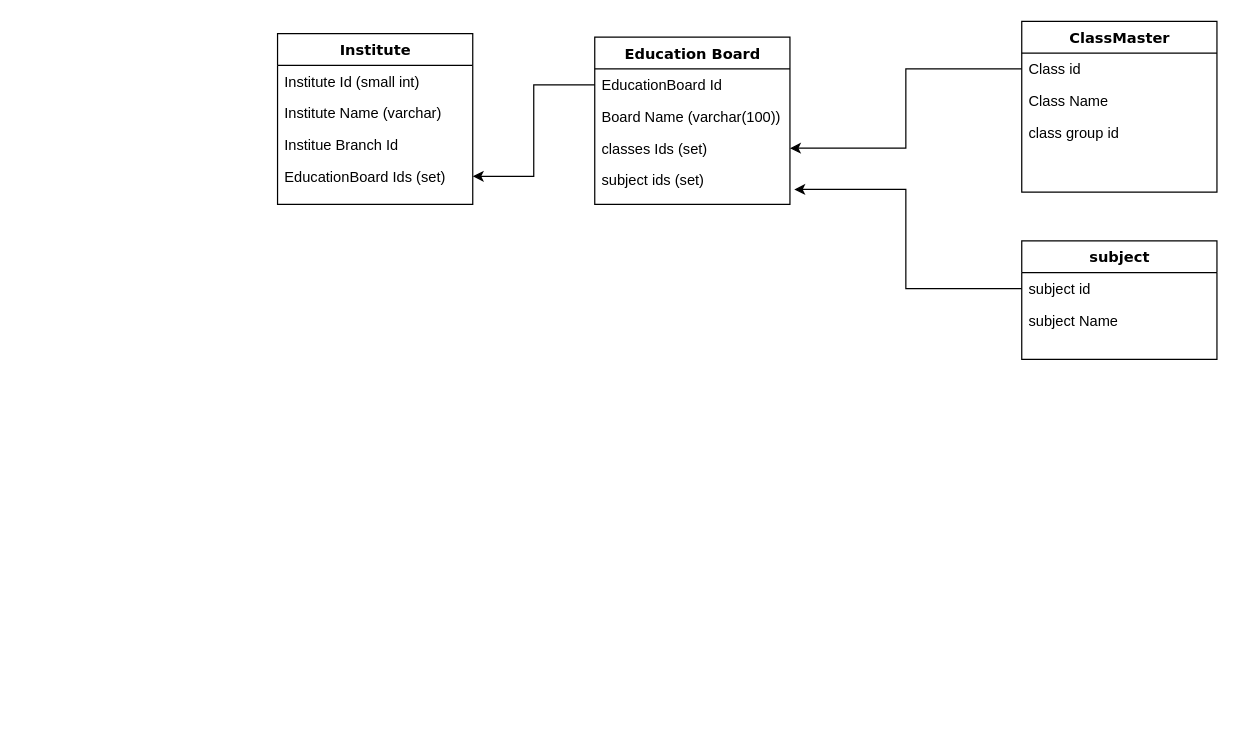
DeepGandhi4444/tables-diagram keeps this draw.io diagram as smartInstituteAdmin/education board 1.drawio. Above is the earlier version. Source tidied: cells renumbered, new cells numbered last; positions are measured from the earlier drawing's top-left corner, leaving out a move shared by most shapes. Both pictures are drawn from the tidied source at 122%, with x=0, y=0 at pixel (277, 21).
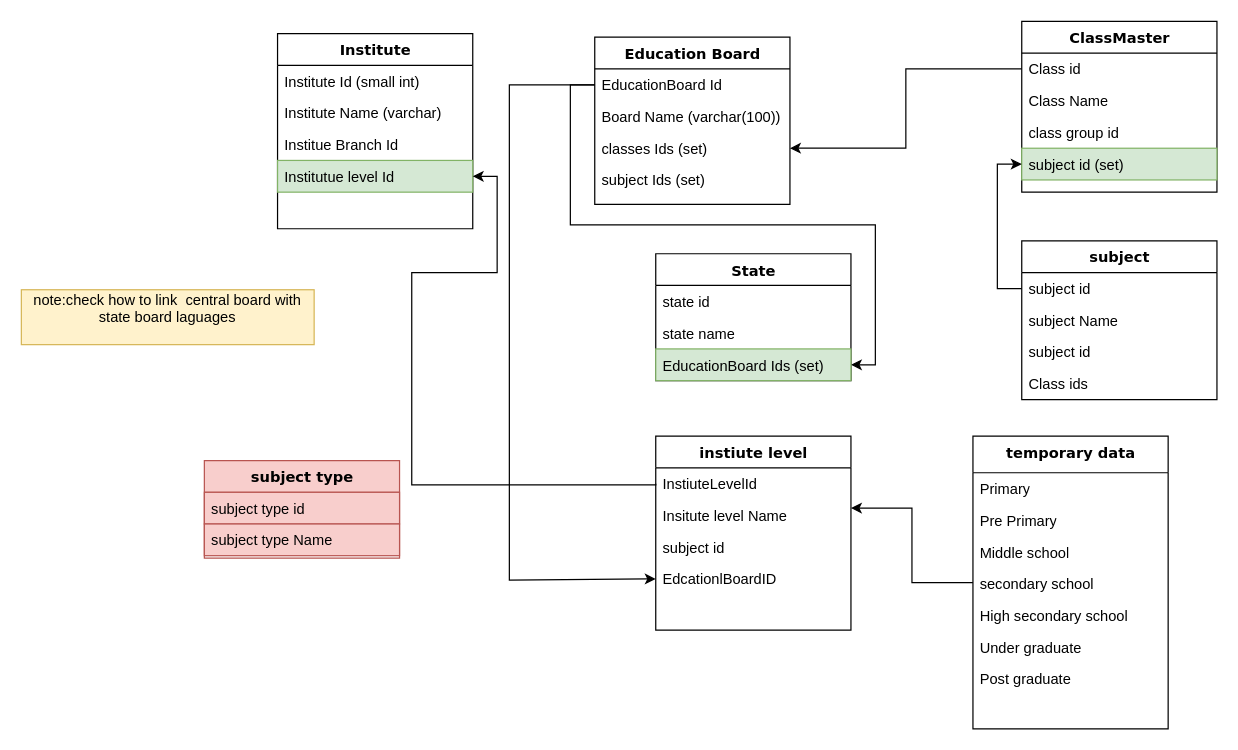
The same page after the edit.

The change refers to these unchanged cells:
```xml
<mxCell id="2" value="Education Board" style="swimlane;html=1;fontStyle=1;align=center;verticalAlign=top;horizontal=1;startSize=26;swimlaneFillColor=#ffffff;rounded=0;shadow=0;comic=0;labelBackgroundColor=none;strokeWidth=1;fillColor=none;fontFamily=Verdana;fontSize=12;" parent="1" vertex="1">
  <mxGeometry x="260" y="13" width="160" height="137" as="geometry" />
</mxCell>
<mxCell id="3" value="EducationBoard Id&amp;nbsp;" style="text;html=1;strokeColor=none;fillColor=none;align=left;verticalAlign=top;spacingLeft=4;spacingRight=4;whiteSpace=wrap;overflow=hidden;points=[[0,0.5],[1,0.5]];portConstraint=eastwest;" parent="2" vertex="1">
  <mxGeometry y="26" width="160" height="26" as="geometry" />
</mxCell>
<mxCell id="8" value="subject id" style="text;html=1;strokeColor=none;fillColor=none;align=left;verticalAlign=top;spacingLeft=4;spacingRight=4;whiteSpace=wrap;overflow=hidden;points=[[0,0.5],[1,0.5]];portConstraint=eastwest;" parent="7" vertex="1">
  <mxGeometry y="26" width="160" height="26" as="geometry" />
</mxCell>
<mxCell id="11" value="ClassMaster" style="swimlane;html=1;fontStyle=1;align=center;verticalAlign=top;horizontal=1;startSize=26;swimlaneFillColor=#ffffff;rounded=0;shadow=0;comic=0;labelBackgroundColor=none;strokeWidth=1;fillColor=none;fontFamily=Verdana;fontSize=12;" parent="1" vertex="1">
  <mxGeometry x="610" width="160" height="140" as="geometry" />
</mxCell>
```

What changed in the source:
```diff
@@
-    <mxCell id="6" value="subject ids (set)" style="text;html=1;strokeColor=none;fillColor=none;align=left;verticalAlign=top;spacingLeft=4;spacingRight=4;whiteSpace=wrap;overflow=hidden;points=[[0,0.5],[1,0.5]];portConstraint=eastwest;" parent="2" vertex="1">
-      <mxGeometry y="104" width="160" height="26" as="geometry" />
-    </mxCell>
+    <mxCell id="22" value="subject Ids (set)" style="text;html=1;strokeColor=none;fillColor=none;align=left;verticalAlign=top;spacingLeft=4;spacingRight=4;whiteSpace=wrap;overflow=hidden;" parent="2" vertex="1">
+      <mxGeometry y="104" width="160" height="26" as="geometry" />
+    </mxCell>
     <mxCell id="7" value="subject" style="swimlane;html=1;fontStyle=1;align=center;verticalAlign=top;horizontal=1;startSize=26;swimlaneFillColor=#ffffff;rounded=0;shadow=0;comic=0;labelBackgroundColor=none;strokeWidth=1;fillColor=none;fontFamily=Verdana;fontSize=12;" parent="1" vertex="1">
-      <mxGeometry x="610" y="180" width="160" height="97" as="geometry" />
+      <mxGeometry x="610" y="180" width="160" height="130" as="geometry" />
     </mxCell>
@@
-    <mxCell id="10" style="edgeStyle=orthogonalEdgeStyle;rounded=0;jettySize=auto;html=1;exitX=0;exitY=0.5;exitDx=0;exitDy=0;entryX=1.022;entryY=0.799;entryDx=0;entryDy=0;entryPerimeter=0;" parent="1" edge="1" source="8" target="6">
-      <mxGeometry relative="1" as="geometry" />
-    </mxCell>
+    <mxCell id="23" value="subject id" style="text;html=1;strokeColor=none;fillColor=none;align=left;verticalAlign=top;spacingLeft=4;spacingRight=4;whiteSpace=wrap;overflow=hidden;" parent="7" vertex="1">
+      <mxGeometry y="78" width="160" height="26" as="geometry" />
+    </mxCell>
+    <mxCell id="24" value="Class ids" style="text;html=1;strokeColor=none;fillColor=none;align=left;verticalAlign=top;spacingLeft=4;spacingRight=4;whiteSpace=wrap;overflow=hidden;" parent="7" vertex="1">
+      <mxGeometry y="104" width="160" height="26" as="geometry" />
+    </mxCell>
@@
+    <mxCell id="25" value="subject id (set)" style="text;html=1;strokeColor=#82b366;fillColor=#d5e8d4;align=left;verticalAlign=top;spacingLeft=4;spacingRight=4;whiteSpace=wrap;overflow=hidden;points=[[0,0.5],[1,0.5]];portConstraint=eastwest;" parent="11" vertex="1">
+      <mxGeometry y="104" width="160" height="26" as="geometry" />
+    </mxCell>
@@
     <mxCell id="16" value="Institute" style="swimlane;html=1;fontStyle=1;align=center;verticalAlign=top;horizontal=1;startSize=26;swimlaneFillColor=#ffffff;rounded=0;shadow=0;comic=0;labelBackgroundColor=none;strokeWidth=1;fillColor=none;fontFamily=Verdana;fontSize=12;" parent="1" vertex="1">
-      <mxGeometry y="10" width="160" height="140" as="geometry" />
+      <mxGeometry y="10" width="160" height="160" as="geometry" />
     </mxCell>
@@
+    <mxCell id="26" value="Institutue level Id" style="text;html=1;strokeColor=#82b366;fillColor=#d5e8d4;align=left;verticalAlign=top;spacingLeft=4;spacingRight=4;whiteSpace=wrap;overflow=hidden;points=[[0,0.5],[1,0.5]];portConstraint=eastwest;" parent="16" vertex="1">
+      <mxGeometry y="104" width="160" height="26" as="geometry" />
+    </mxCell>
+    <mxCell id="21" style="edgeStyle=orthogonalEdgeStyle;rounded=0;jettySize=auto;html=1;exitX=0;exitY=0.5;exitDx=0;exitDy=0;entryX=1;entryY=0.5;entryDx=0;entryDy=0;" parent="1" edge="1" source="3" target="20">
+      <mxGeometry relative="1" as="geometry" />
+    </mxCell>
+    <mxCell id="27" value="subject type" style="swimlane;html=1;fontStyle=1;align=center;verticalAlign=top;horizontal=1;startSize=26;swimlaneFillColor=#ffffff;rounded=0;shadow=0;comic=0;labelBackgroundColor=none;strokeWidth=1;fillColor=#f8cecc;fontFamily=Verdana;fontSize=12;strokeColor=#b85450;" parent="1" vertex="1">
+      <mxGeometry x="-60" y="360" width="160" height="80" as="geometry" />
+    </mxCell>
+    <mxCell id="28" value="subject type id" style="text;html=1;strokeColor=#b85450;fillColor=#f8cecc;align=left;verticalAlign=top;spacingLeft=4;spacingRight=4;whiteSpace=wrap;overflow=hidden;" parent="27" vertex="1">
+      <mxGeometry y="26" width="160" height="26" as="geometry" />
+    </mxCell>
+    <mxCell id="29" value="subject type Name" style="text;html=1;strokeColor=#b85450;fillColor=#f8cecc;align=left;verticalAlign=top;spacingLeft=4;spacingRight=4;whiteSpace=wrap;overflow=hidden;" parent="27" vertex="1">
+      <mxGeometry y="52" width="160" height="26" as="geometry" />
+    </mxCell>
+    <mxCell id="30" style="edgeStyle=orthogonalEdgeStyle;rounded=0;jettySize=auto;html=1;exitX=0;exitY=0.5;exitDx=0;exitDy=0;entryX=0;entryY=0.5;entryDx=0;entryDy=0;" parent="1" edge="1" source="8" target="25">
+      <mxGeometry relative="1" as="geometry" />
+    </mxCell>
+    <mxCell id="31" value="instiute level" style="swimlane;html=1;fontStyle=1;align=center;verticalAlign=top;horizontal=1;startSize=26;swimlaneFillColor=#ffffff;rounded=0;shadow=0;comic=0;labelBackgroundColor=none;strokeWidth=1;fillColor=none;fontFamily=Verdana;fontSize=12;" parent="1" vertex="1">
+      <mxGeometry x="310" y="340" width="160" height="159" as="geometry" />
+    </mxCell>
+    <mxCell id="32" value="InstiuteLevelId" style="text;html=1;strokeColor=none;fillColor=none;align=left;verticalAlign=top;spacingLeft=4;spacingRight=4;whiteSpace=wrap;overflow=hidden;points=[[0,0.5],[1,0.5]];portConstraint=eastwest;" parent="31" vertex="1">
+      <mxGeometry y="26" width="160" height="26" as="geometry" />
+    </mxCell>
+    <mxCell id="33" value="Insitute level Name" style="text;html=1;strokeColor=none;fillColor=none;align=left;verticalAlign=top;spacingLeft=4;spacingRight=4;whiteSpace=wrap;overflow=hidden;points=[[0,0.5],[1,0.5]];portConstraint=eastwest;" parent="31" vertex="1">
+      <mxGeometry y="52" width="160" height="26" as="geometry" />
+    </mxCell>
+    <mxCell id="34" value="subject id&lt;div&gt;&lt;br&gt;&lt;/div&gt;" style="text;html=1;strokeColor=none;fillColor=none;align=left;verticalAlign=top;spacingLeft=4;spacingRight=4;whiteSpace=wrap;overflow=hidden;" parent="31" vertex="1">
+      <mxGeometry y="78" width="160" height="26" as="geometry" />
+    </mxCell>
+    <mxCell id="35" value="EdcationlBoardID" style="text;html=1;strokeColor=none;fillColor=none;align=left;verticalAlign=top;spacingLeft=4;spacingRight=4;whiteSpace=wrap;overflow=hidden;points=[[0,0.5],[1,0.5]];portConstraint=eastwest;" parent="31" vertex="1">
+      <mxGeometry y="104" width="160" height="26" as="geometry" />
+    </mxCell>
+    <mxCell id="36" style="edgeStyle=orthogonalEdgeStyle;rounded=0;jettySize=auto;html=1;entryX=1;entryY=0.269;entryDx=0;entryDy=0;entryPerimeter=0;" parent="1" edge="1" source="37" target="33">
+      <mxGeometry relative="1" as="geometry" />
+    </mxCell>
+    <mxCell id="37" value="temporary data" style="swimlane;html=1;fontStyle=1;align=center;verticalAlign=top;horizontal=1;startSize=30;swimlaneFillColor=#ffffff;rounded=0;shadow=0;comic=0;labelBackgroundColor=none;strokeWidth=1;fillColor=none;fontFamily=Verdana;fontSize=12;" parent="1" vertex="1">
+      <mxGeometry x="570" y="340" width="160" height="240" as="geometry" />
+    </mxCell>
+    <mxCell id="38" value="Primary" style="text;html=1;strokeColor=none;fillColor=none;align=left;verticalAlign=top;spacingLeft=4;spacingRight=4;whiteSpace=wrap;overflow=hidden;" parent="37" vertex="1">
+      <mxGeometry y="30" width="160" height="26" as="geometry" />
+    </mxCell>
+    <mxCell id="39" value="Pre Primary" style="text;html=1;strokeColor=none;fillColor=none;align=left;verticalAlign=top;spacingLeft=4;spacingRight=4;whiteSpace=wrap;overflow=hidden;" parent="37" vertex="1">
+      <mxGeometry y="56" width="160" height="26" as="geometry" />
+    </mxCell>
+    <mxCell id="40" value="Middle school" style="text;html=1;strokeColor=none;fillColor=none;align=left;verticalAlign=top;spacingLeft=4;spacingRight=4;whiteSpace=wrap;overflow=hidden;" parent="37" vertex="1">
+      <mxGeometry y="82" width="160" height="26" as="geometry" />
+    </mxCell>
+    <mxCell id="41" value="secondary school" style="text;html=1;strokeColor=none;fillColor=none;align=left;verticalAlign=top;spacingLeft=4;spacingRight=4;whiteSpace=wrap;overflow=hidden;" parent="37" vertex="1">
+      <mxGeometry y="108" width="160" height="26" as="geometry" />
+    </mxCell>
+    <mxCell id="42" value="High secondary school" style="text;html=1;strokeColor=none;fillColor=none;align=left;verticalAlign=top;spacingLeft=4;spacingRight=4;whiteSpace=wrap;overflow=hidden;" parent="37" vertex="1">
+      <mxGeometry y="134" width="160" height="26" as="geometry" />
+    </mxCell>
+    <mxCell id="43" value="Under graduate" style="text;html=1;strokeColor=none;fillColor=none;align=left;verticalAlign=top;spacingLeft=4;spacingRight=4;whiteSpace=wrap;overflow=hidden;" parent="37" vertex="1">
+      <mxGeometry y="160" width="160" height="26" as="geometry" />
+    </mxCell>
+    <mxCell id="44" value="Post graduate" style="text;html=1;strokeColor=none;fillColor=none;align=left;verticalAlign=top;spacingLeft=4;spacingRight=4;whiteSpace=wrap;overflow=hidden;" parent="37" vertex="1">
+      <mxGeometry y="186" width="160" height="26" as="geometry" />
+    </mxCell>
+    <mxCell id="45" style="edgeStyle=orthogonalEdgeStyle;rounded=0;jettySize=auto;html=1;exitX=0;exitY=0.5;exitDx=0;exitDy=0;" parent="1" edge="1" source="32" target="26">
+      <mxGeometry relative="1" as="geometry">
+        <Array as="points">
+          <mxPoint x="110" y="380" />
+          <mxPoint x="110" y="206" />
+          <mxPoint x="180" y="206" />
+          <mxPoint x="180" y="127" />
+        </Array>
+      </mxGeometry>
+    </mxCell>
+    <mxCell id="46" value="State" style="swimlane;html=1;fontStyle=1;align=center;verticalAlign=top;horizontal=1;startSize=26;swimlaneFillColor=#ffffff;rounded=0;shadow=0;comic=0;labelBackgroundColor=none;strokeWidth=1;fillColor=none;fontFamily=Verdana;fontSize=12;" parent="1" vertex="1">
+      <mxGeometry x="310" y="190.5" width="160" height="104" as="geometry" />
+    </mxCell>
+    <mxCell id="47" value="state id" style="text;html=1;strokeColor=none;fillColor=none;align=left;verticalAlign=top;spacingLeft=4;spacingRight=4;whiteSpace=wrap;overflow=hidden;" parent="46" vertex="1">
+      <mxGeometry y="26" width="160" height="26" as="geometry" />
+    </mxCell>
+    <mxCell id="48" value="state name" style="text;html=1;strokeColor=none;fillColor=none;align=left;verticalAlign=top;spacingLeft=4;spacingRight=4;whiteSpace=wrap;overflow=hidden;" parent="46" vertex="1">
+      <mxGeometry y="52" width="160" height="26" as="geometry" />
+    </mxCell>
-    <mxCell id="20" value="EducationBoard Ids (set)" style="text;html=1;strokeColor=none;fillColor=none;align=left;verticalAlign=top;spacingLeft=4;spacingRight=4;whiteSpace=wrap;overflow=hidden;points=[[0,0.5],[1,0.5]];portConstraint=eastwest;" parent="16" vertex="1">
-      <mxGeometry y="104" width="160" height="26" as="geometry" />
+    <mxCell id="20" value="EducationBoard Ids (set)" style="text;html=1;strokeColor=#82b366;fillColor=#d5e8d4;align=left;verticalAlign=top;spacingLeft=4;spacingRight=4;whiteSpace=wrap;overflow=hidden;points=[[0,0.5],[1,0.5]];portConstraint=eastwest;" parent="46" vertex="1">
+      <mxGeometry y="78" width="160" height="26" as="geometry" />
     </mxCell>
-    <mxCell id="21" style="edgeStyle=orthogonalEdgeStyle;rounded=0;jettySize=auto;html=1;exitX=0;exitY=0.5;exitDx=0;exitDy=0;entryX=1;entryY=0.5;entryDx=0;entryDy=0;" parent="1" edge="1" source="3" target="20">
-      <mxGeometry relative="1" as="geometry" />
-    </mxCell>
+    <mxCell id="49" value="note:check how to link&amp;nbsp; central board with state board laguages&lt;div&gt;&lt;br&gt;&lt;/div&gt;" style="text;html=1;align=center;verticalAlign=middle;whiteSpace=wrap;rounded=0;fillColor=#fff2cc;strokeColor=#d6b656;" parent="1" vertex="1">
+      <mxGeometry x="-210" y="220" width="240" height="45" as="geometry" />
+    </mxCell>
+    <mxCell id="50" style="edgeStyle=orthogonalEdgeStyle;rounded=0;jettySize=auto;html=1;exitX=0;exitY=0.5;exitDx=0;exitDy=0;entryX=0;entryY=0.5;entryDx=0;entryDy=0;" parent="1" edge="1" source="3" target="35">
+      <mxGeometry relative="1" as="geometry">
+        <Array as="points">
+          <mxPoint x="190" y="52" />
+          <mxPoint x="190" y="458" />
+        </Array>
+      </mxGeometry>
+    </mxCell>
```
